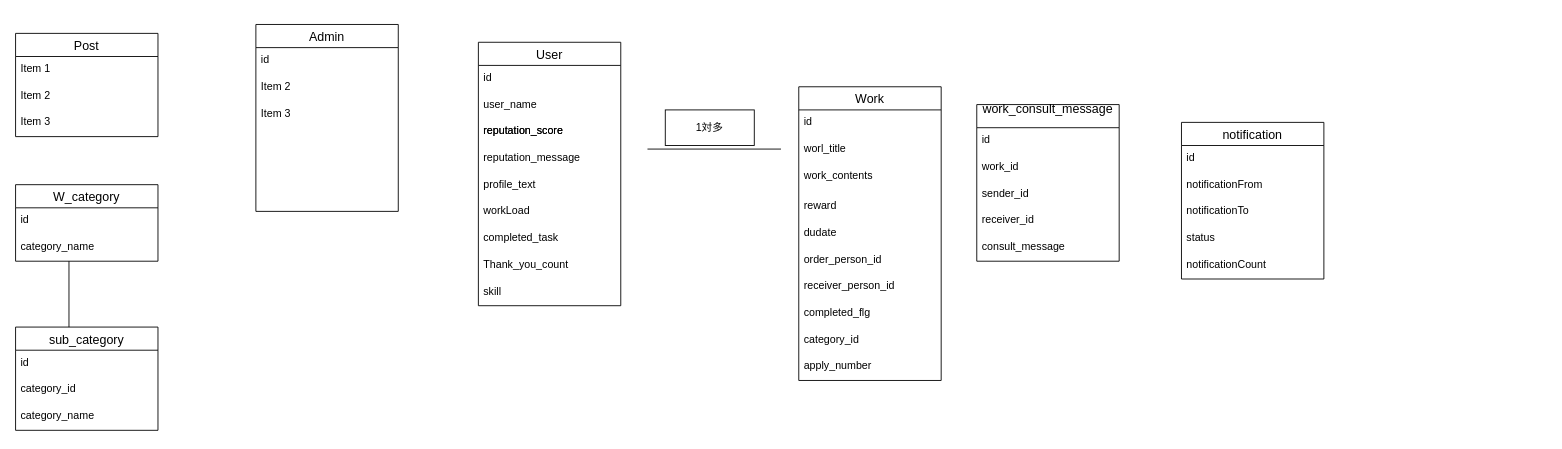
The draw.io diagram db.dio in shotaPro/WorkApp, before the edit. Source tidied: cells renumbered, new cells numbered last; positions are measured from the earlier drawing's top-left corner, leaving out a move shared by most shapes. Both pictures are drawn from the tidied source at 89%, with x=0, y=0 at pixel (15, 24).
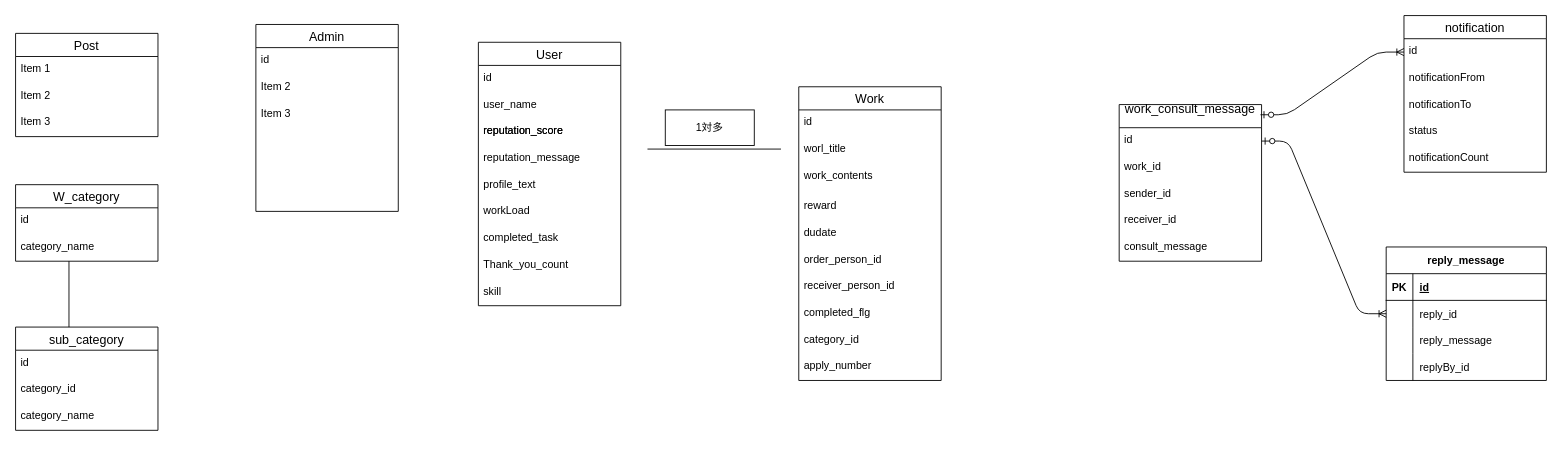
The same page after the edit.

Commit message (it also covers changes not shown here):
develop message function

The change refers to these unchanged cells:
```xml
<mxCell id="43" value="id" style="text;strokeColor=none;fillColor=none;spacingLeft=4;spacingRight=4;overflow=hidden;points=[[0,0.5],[1,0.5]];portConstraint=eastwest;fontSize=12;" parent="42" vertex="1">
  <mxGeometry y="26" width="160" height="30" as="geometry" />
</mxCell>
<mxCell id="49" value="id" style="text;strokeColor=none;fillColor=none;spacingLeft=4;spacingRight=4;overflow=hidden;points=[[0,0.5],[1,0.5]];portConstraint=eastwest;fontSize=12;" parent="48" vertex="1">
  <mxGeometry y="26" width="160" height="30" as="geometry" />
</mxCell>
```

Change to the diagram source:
```diff
@@
     <mxCell id="42" value="work_consult_message&#10;" style="swimlane;fontStyle=0;horizontal=1;startSize=26;align=center;fontSize=14;" parent="1" vertex="1">
-      <mxGeometry x="1080" y="90" width="160" height="176" as="geometry" />
+      <mxGeometry x="1240" y="90" width="160" height="176" as="geometry" />
     </mxCell>
@@
     <mxCell id="48" value="notification" style="swimlane;fontStyle=0;horizontal=1;startSize=26;align=center;fontSize=14;" parent="1" vertex="1">
-      <mxGeometry x="1310" y="110" width="160" height="176" as="geometry" />
+      <mxGeometry x="1560" y="-10" width="160" height="176" as="geometry" />
     </mxCell>
@@
+    <mxCell id="54" style="edgeStyle=entityRelationEdgeStyle;fontSize=12;html=1;endArrow=ERoneToMany;startArrow=ERzeroToOne;entryX=0;entryY=0.5;entryDx=0;entryDy=0;exitX=0.992;exitY=0.065;exitDx=0;exitDy=0;exitPerimeter=0;" parent="1" edge="1" source="42" target="49">
+      <mxGeometry relative="1" as="geometry" />
+    </mxCell>
+    <mxCell id="55" value="reply_message" style="shape=table;startSize=30;childLayout=tableLayout;rowLines=0;fontStyle=1;align=center;" parent="1" vertex="1">
+      <mxGeometry x="1540" y="250" width="180" height="150" as="geometry" />
+    </mxCell>
+    <mxCell id="56" style="shape=tableRow;horizontal=0;startSize=0;swimlaneHead=0;swimlaneBody=0;fillColor=none;top=0;left=0;right=0;bottom=1;" parent="55" vertex="1">
+      <mxGeometry y="30" width="180" height="30" as="geometry" />
+    </mxCell>
+    <mxCell id="57" value="PK" style="shape=partialRectangle;fillColor=none;top=0;left=0;bottom=0;right=0;fontStyle=1;overflow=hidden;" parent="56" vertex="1">
+      <mxGeometry width="30" height="30" as="geometry" />
+    </mxCell>
+    <mxCell id="58" value="id" style="shape=partialRectangle;fillColor=none;top=0;left=0;bottom=0;right=0;align=left;spacingLeft=6;fontStyle=5;overflow=hidden;" parent="56" vertex="1">
+      <mxGeometry x="30" width="150" height="30" as="geometry" />
+    </mxCell>
+    <mxCell id="59" style="shape=tableRow;horizontal=0;startSize=0;swimlaneHead=0;swimlaneBody=0;fillColor=none;points=[[0,0.5],[1,0.5]];portConstraint=eastwest;top=0;left=0;right=0;bottom=0;" parent="55" vertex="1">
+      <mxGeometry y="60" width="180" height="30" as="geometry" />
+    </mxCell>
+    <mxCell id="60" style="shape=partialRectangle;fillColor=none;top=0;left=0;bottom=0;right=0;overflow=hidden;" parent="59" vertex="1">
+      <mxGeometry width="30" height="30" as="geometry" />
+    </mxCell>
+    <mxCell id="61" value="reply_id" style="shape=partialRectangle;fillColor=none;top=0;left=0;bottom=0;right=0;align=left;spacingLeft=6;overflow=hidden;" parent="59" vertex="1">
+      <mxGeometry x="30" width="150" height="30" as="geometry" />
+    </mxCell>
+    <mxCell id="62" style="shape=tableRow;horizontal=0;startSize=0;swimlaneHead=0;swimlaneBody=0;fillColor=none;top=0;left=0;right=0;bottom=0;" parent="55" vertex="1">
+      <mxGeometry y="90" width="180" height="30" as="geometry" />
+    </mxCell>
+    <mxCell id="63" style="shape=partialRectangle;fillColor=none;top=0;left=0;bottom=0;right=0;overflow=hidden;" parent="62" vertex="1">
+      <mxGeometry width="30" height="30" as="geometry" />
+    </mxCell>
+    <mxCell id="64" value="reply_message" style="shape=partialRectangle;fillColor=none;top=0;left=0;bottom=0;right=0;align=left;spacingLeft=6;overflow=hidden;" parent="62" vertex="1">
+      <mxGeometry x="30" width="150" height="30" as="geometry" />
+    </mxCell>
+    <mxCell id="65" style="shape=tableRow;horizontal=0;startSize=0;swimlaneHead=0;swimlaneBody=0;fillColor=none;top=0;left=0;right=0;bottom=0;" parent="55" vertex="1">
+      <mxGeometry y="120" width="180" height="30" as="geometry" />
+    </mxCell>
+    <mxCell id="66" style="shape=partialRectangle;fillColor=none;top=0;left=0;bottom=0;right=0;overflow=hidden;" parent="65" vertex="1">
+      <mxGeometry width="30" height="30" as="geometry" />
+    </mxCell>
+    <mxCell id="67" value="replyBy_id" style="shape=partialRectangle;fillColor=none;top=0;left=0;bottom=0;right=0;align=left;spacingLeft=6;overflow=hidden;" parent="65" vertex="1">
+      <mxGeometry x="30" width="150" height="30" as="geometry" />
+    </mxCell>
+    <mxCell id="68" style="edgeStyle=entityRelationEdgeStyle;fontSize=12;html=1;endArrow=ERoneToMany;startArrow=ERzeroToOne;exitX=1;exitY=0.5;exitDx=0;exitDy=0;entryX=0;entryY=0.5;entryDx=0;entryDy=0;" parent="1" edge="1" source="43" target="59">
+      <mxGeometry relative="1" as="geometry" />
+    </mxCell>
```
